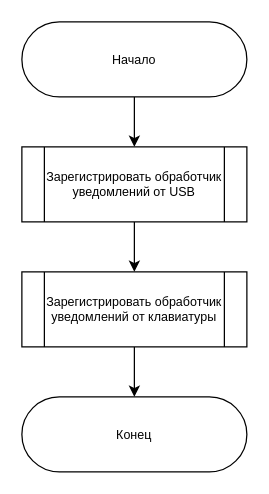
Before: page "algo-module" (1 of 4) of docs/os-cp.drawio in migregal/bmstu-iu7-os-cp, a draw.io diagram. Source tidied: cells renumbered, new cells numbered last; positions are measured from the earlier drawing's top-left corner, leaving out a move shared by most shapes. Both pictures are drawn from the tidied source at 125%, with x=0, y=0 at pixel (21, 21).
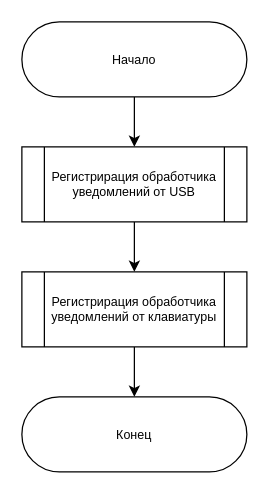
The same page after the edit.

Change to the diagram source:
```diff
@@
 <mxGraphModel>
   <root>
     <mxCell id="0" />
     <mxCell id="1" parent="0" />
     <mxCell id="2" style="edgeStyle=orthogonalEdgeStyle;rounded=0;jettySize=auto;html=1;entryX=0.5;entryY=0;entryDx=0;entryDy=0;fontSize=10;endArrow=classic;endFill=1;" parent="1" edge="1" source="3" target="6">
       <mxGeometry relative="1" as="geometry" />
     </mxCell>
     <mxCell id="3" value="Начало" style="rounded=1;whiteSpace=wrap;html=1;arcSize=50;fontSize=10;" parent="1" vertex="1">
       <mxGeometry width="180" height="60" as="geometry" />
     </mxCell>
     <mxCell id="4" value="Конец" style="rounded=1;whiteSpace=wrap;html=1;arcSize=50;fontSize=10;" parent="1" vertex="1">
       <mxGeometry y="300" width="180" height="60" as="geometry" />
     </mxCell>
     <mxCell id="5" style="edgeStyle=orthogonalEdgeStyle;rounded=0;jettySize=auto;html=1;entryX=0.5;entryY=0;entryDx=0;entryDy=0;fontSize=10;endArrow=classic;endFill=1;" parent="1" edge="1" source="6" target="8">
       <mxGeometry relative="1" as="geometry" />
     </mxCell>
-    <mxCell id="6" value="Зарегистрировать обработчик уведомлений от USB" style="shape=process;whiteSpace=wrap;html=1;backgroundOutline=1;fontSize=10;" parent="1" vertex="1">
+    <mxCell id="6" value="Регистрирация обработчика уведомлений от USB" style="shape=process;whiteSpace=wrap;html=1;backgroundOutline=1;fontSize=10;" parent="1" vertex="1">
       <mxGeometry y="100" width="180" height="60" as="geometry" />
     </mxCell>
     <mxCell id="7" style="edgeStyle=orthogonalEdgeStyle;rounded=0;jettySize=auto;html=1;entryX=0.5;entryY=0;entryDx=0;entryDy=0;fontSize=10;endArrow=classic;endFill=1;" parent="1" edge="1" source="8" target="4">
       <mxGeometry relative="1" as="geometry" />
     </mxCell>
-    <mxCell id="8" value="Зарегистрировать обработчик уведомлений от клавиатуры" style="shape=process;whiteSpace=wrap;html=1;backgroundOutline=1;fontSize=10;" parent="1" vertex="1">
+    <mxCell id="8" value="Регистрирация&amp;nbsp;обработчика уведомлений от клавиатуры" style="shape=process;whiteSpace=wrap;html=1;backgroundOutline=1;fontSize=10;" parent="1" vertex="1">
       <mxGeometry y="200" width="180" height="60" as="geometry" />
     </mxCell>
   </root>
 </mxGraphModel>
```
